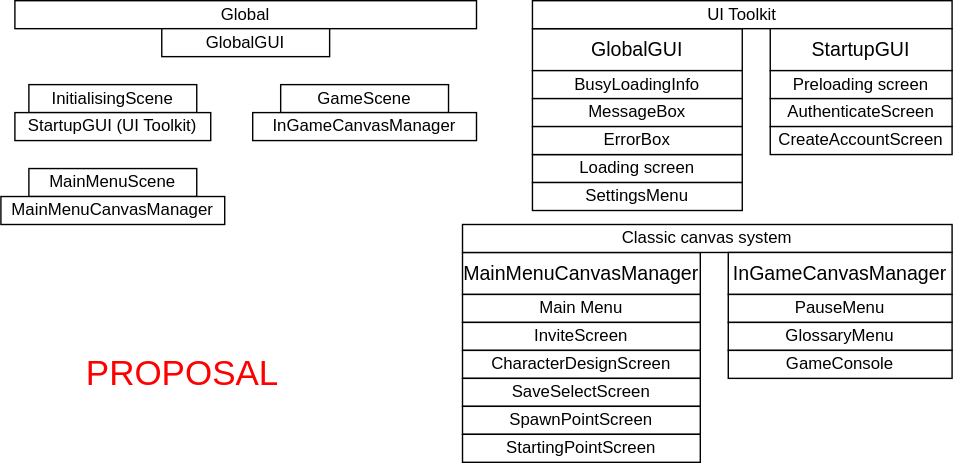
Before: documentation/res/UISetup.drawio.svg, a diagram exported from draw.io (OpenHellion/openhellion.github.io). Source tidied: cells renumbered, new cells last; positions are measured from the earlier drawing's top-left corner, leaving out a move shared by most shapes. The source it was exported from:
```xml
<mxGraphModel>
  <root>
    <mxCell id="0" />
    <mxCell id="1" parent="0" />
    <mxCell id="2" value="InitialisingScene" style="rounded=0;whiteSpace=wrap;html=1;" parent="1" vertex="1">
      <mxGeometry x="20" y="60" width="120" height="20" as="geometry" />
    </mxCell>
    <mxCell id="3" value="MainMenuScene" style="rounded=0;whiteSpace=wrap;html=1;" parent="1" vertex="1">
      <mxGeometry x="20" y="120" width="120" height="20" as="geometry" />
    </mxCell>
    <mxCell id="4" value="GameScene" style="rounded=0;whiteSpace=wrap;html=1;" parent="1" vertex="1">
      <mxGeometry x="200" y="60" width="120" height="20" as="geometry" />
    </mxCell>
    <mxCell id="5" value="Global" style="rounded=0;whiteSpace=wrap;html=1;" parent="1" vertex="1">
      <mxGeometry x="10" width="330" height="20" as="geometry" />
    </mxCell>
    <mxCell id="6" value="GlobalGUI" style="rounded=0;whiteSpace=wrap;html=1;" parent="1" vertex="1">
      <mxGeometry x="115" y="20" width="120" height="20" as="geometry" />
    </mxCell>
    <mxCell id="7" value="StartupGUI (UI Toolkit)" style="rounded=0;whiteSpace=wrap;html=1;" parent="1" vertex="1">
      <mxGeometry x="10" y="80" width="140" height="20" as="geometry" />
    </mxCell>
    <mxCell id="8" value="MainMenuCanvasManager" style="rounded=0;whiteSpace=wrap;html=1;" parent="1" vertex="1">
      <mxGeometry y="140" width="160" height="20" as="geometry" />
    </mxCell>
    <mxCell id="9" value="InGameCanvasManager" style="rounded=0;whiteSpace=wrap;html=1;" parent="1" vertex="1">
      <mxGeometry x="180" y="80" width="160" height="20" as="geometry" />
    </mxCell>
    <mxCell id="10" value="&lt;font style=&quot;font-size: 14px;&quot;&gt;GlobalGUI&lt;/font&gt;" style="rounded=0;whiteSpace=wrap;html=1;" parent="1" vertex="1">
      <mxGeometry x="380" y="20" width="150" height="30" as="geometry" />
    </mxCell>
    <mxCell id="11" value="BusyLoadingInfo" style="rounded=0;whiteSpace=wrap;html=1;" parent="1" vertex="1">
      <mxGeometry x="380" y="50" width="150" height="20" as="geometry" />
    </mxCell>
    <mxCell id="12" value="MessageBox" style="rounded=0;whiteSpace=wrap;html=1;" parent="1" vertex="1">
      <mxGeometry x="380" y="70" width="150" height="20" as="geometry" />
    </mxCell>
    <mxCell id="13" value="UI Toolkit" style="rounded=0;whiteSpace=wrap;html=1;" parent="1" vertex="1">
      <mxGeometry x="380" width="300" height="20" as="geometry" />
    </mxCell>
    <mxCell id="14" value="&lt;font style=&quot;font-size: 14px;&quot;&gt;StartupGUI&lt;/font&gt;" style="rounded=0;whiteSpace=wrap;html=1;" parent="1" vertex="1">
      <mxGeometry x="550" y="20" width="130" height="30" as="geometry" />
    </mxCell>
    <mxCell id="15" value="&lt;font style=&quot;font-size: 14px;&quot;&gt;MainMenuCanvasManager&lt;/font&gt;" style="rounded=0;whiteSpace=wrap;html=1;" parent="1" vertex="1">
      <mxGeometry x="330" y="180" width="170" height="30" as="geometry" />
    </mxCell>
    <mxCell id="16" value="Main Menu" style="rounded=0;whiteSpace=wrap;html=1;" parent="1" vertex="1">
      <mxGeometry x="330" y="210" width="170" height="20" as="geometry" />
    </mxCell>
    <mxCell id="17" value="Classic canvas system" style="rounded=0;whiteSpace=wrap;html=1;" parent="1" vertex="1">
      <mxGeometry x="330" y="160" width="350" height="20" as="geometry" />
    </mxCell>
    <mxCell id="18" value="&lt;font style=&quot;font-size: 14px;&quot;&gt;InGameCanvasManager&lt;/font&gt;" style="rounded=0;whiteSpace=wrap;html=1;" parent="1" vertex="1">
      <mxGeometry x="520" y="180" width="160" height="30" as="geometry" />
    </mxCell>
    <mxCell id="19" value="PauseMenu" style="rounded=0;whiteSpace=wrap;html=1;" parent="1" vertex="1">
      <mxGeometry x="520" y="210" width="160" height="20" as="geometry" />
    </mxCell>
    <mxCell id="20" value="GlossaryMenu" style="rounded=0;whiteSpace=wrap;html=1;" parent="1" vertex="1">
      <mxGeometry x="520" y="230" width="160" height="20" as="geometry" />
    </mxCell>
    <mxCell id="21" value="Loading screen" style="rounded=0;whiteSpace=wrap;html=1;" parent="1" vertex="1">
      <mxGeometry x="380" y="110" width="150" height="20" as="geometry" />
    </mxCell>
    <mxCell id="22" value="Preloading screen" style="rounded=0;whiteSpace=wrap;html=1;" parent="1" vertex="1">
      <mxGeometry x="550" y="50" width="130" height="20" as="geometry" />
    </mxCell>
    <mxCell id="23" value="InviteScreen" style="rounded=0;whiteSpace=wrap;html=1;" parent="1" vertex="1">
      <mxGeometry x="330" y="230" width="170" height="20" as="geometry" />
    </mxCell>
    <mxCell id="24" value="CharacterDesignScreen" style="rounded=0;whiteSpace=wrap;html=1;" parent="1" vertex="1">
      <mxGeometry x="330" y="250" width="170" height="20" as="geometry" />
    </mxCell>
    <mxCell id="25" value="SaveSelectScreen" style="rounded=0;whiteSpace=wrap;html=1;" parent="1" vertex="1">
      <mxGeometry x="330" y="270" width="170" height="20" as="geometry" />
    </mxCell>
    <mxCell id="26" value="SpawnPointScreen" style="rounded=0;whiteSpace=wrap;html=1;" parent="1" vertex="1">
      <mxGeometry x="330" y="290" width="170" height="20" as="geometry" />
    </mxCell>
    <mxCell id="27" value="StartingPointScreen" style="rounded=0;whiteSpace=wrap;html=1;" parent="1" vertex="1">
      <mxGeometry x="330" y="310" width="170" height="20" as="geometry" />
    </mxCell>
    <mxCell id="28" value="&lt;font style=&quot;font-size: 25px;&quot; color=&quot;#ff0000&quot;&gt;PROPOSAL&lt;/font&gt;" style="text;html=1;strokeColor=none;fillColor=none;align=center;verticalAlign=middle;whiteSpace=wrap;rounded=0;" parent="1" vertex="1">
      <mxGeometry x="60" y="250" width="140" height="30" as="geometry" />
    </mxCell>
    <mxCell id="29" value="SettingsMenu" style="rounded=0;whiteSpace=wrap;html=1;" parent="1" vertex="1">
      <mxGeometry x="380" y="130" width="150" height="20" as="geometry" />
    </mxCell>
    <mxCell id="30" value="AuthenticateScreen" style="rounded=0;whiteSpace=wrap;html=1;" parent="1" vertex="1">
      <mxGeometry x="550" y="70" width="130" height="20" as="geometry" />
    </mxCell>
    <mxCell id="31" value="ErrorBox" style="rounded=0;whiteSpace=wrap;html=1;" parent="1" vertex="1">
      <mxGeometry x="380" y="90" width="150" height="20" as="geometry" />
    </mxCell>
    <mxCell id="32" value="CreateAccountScreen" style="rounded=0;whiteSpace=wrap;html=1;" parent="1" vertex="1">
      <mxGeometry x="550" y="90" width="130" height="20" as="geometry" />
    </mxCell>
    <mxCell id="33" value="GameConsole" style="rounded=0;whiteSpace=wrap;html=1;" parent="1" vertex="1">
      <mxGeometry x="520" y="250" width="160" height="20" as="geometry" />
    </mxCell>
  </root>
</mxGraphModel>
```
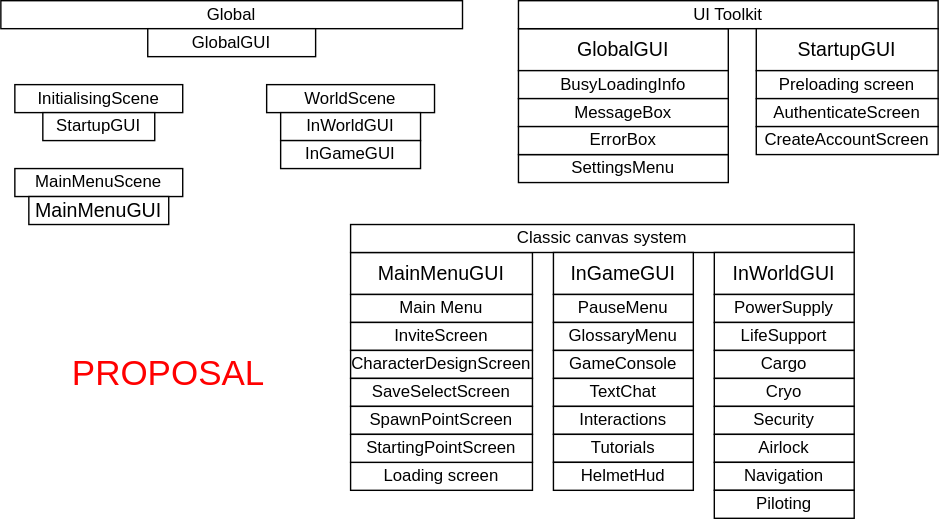
Above is the later version.

The edit, as a diff of the source:
```diff
@@ -8,7 +8,7 @@
     <mxCell id="3" value="MainMenuScene" style="rounded=0;whiteSpace=wrap;html=1;" parent="1" vertex="1">
       <mxGeometry x="20" y="120" width="120" height="20" as="geometry" />
     </mxCell>
-    <mxCell id="4" value="GameScene" style="rounded=0;whiteSpace=wrap;html=1;" parent="1" vertex="1">
+    <mxCell id="4" value="WorldScene" style="rounded=0;whiteSpace=wrap;html=1;" parent="1" vertex="1">
       <mxGeometry x="200" y="60" width="120" height="20" as="geometry" />
     </mxCell>
     <mxCell id="5" value="Global" style="rounded=0;whiteSpace=wrap;html=1;" parent="1" vertex="1">
@@ -17,15 +17,12 @@
     <mxCell id="6" value="GlobalGUI" style="rounded=0;whiteSpace=wrap;html=1;" parent="1" vertex="1">
       <mxGeometry x="115" y="20" width="120" height="20" as="geometry" />
     </mxCell>
-    <mxCell id="7" value="StartupGUI (UI Toolkit)" style="rounded=0;whiteSpace=wrap;html=1;" parent="1" vertex="1">
-      <mxGeometry x="10" y="80" width="140" height="20" as="geometry" />
+    <mxCell id="7" value="StartupGUI" style="rounded=0;whiteSpace=wrap;html=1;" parent="1" vertex="1">
+      <mxGeometry x="40" y="80" width="80" height="20" as="geometry" />
     </mxCell>
-    <mxCell id="8" value="MainMenuCanvasManager" style="rounded=0;whiteSpace=wrap;html=1;" parent="1" vertex="1">
-      <mxGeometry y="140" width="160" height="20" as="geometry" />
+    <mxCell id="8" value="&lt;span style=&quot;font-size: 14px;&quot;&gt;MainMenuGUI&lt;/span&gt;" style="rounded=0;whiteSpace=wrap;html=1;" parent="1" vertex="1">
+      <mxGeometry x="30" y="140" width="100" height="20" as="geometry" />
     </mxCell>
-    <mxCell id="9" value="InGameCanvasManager" style="rounded=0;whiteSpace=wrap;html=1;" parent="1" vertex="1">
-      <mxGeometry x="180" y="80" width="160" height="20" as="geometry" />
-    </mxCell>
     <mxCell id="10" value="&lt;font style=&quot;font-size: 14px;&quot;&gt;GlobalGUI&lt;/font&gt;" style="rounded=0;whiteSpace=wrap;html=1;" parent="1" vertex="1">
       <mxGeometry x="380" y="20" width="150" height="30" as="geometry" />
     </mxCell>
@@ -41,50 +38,50 @@
     <mxCell id="14" value="&lt;font style=&quot;font-size: 14px;&quot;&gt;StartupGUI&lt;/font&gt;" style="rounded=0;whiteSpace=wrap;html=1;" parent="1" vertex="1">
       <mxGeometry x="550" y="20" width="130" height="30" as="geometry" />
     </mxCell>
-    <mxCell id="15" value="&lt;font style=&quot;font-size: 14px;&quot;&gt;MainMenuCanvasManager&lt;/font&gt;" style="rounded=0;whiteSpace=wrap;html=1;" parent="1" vertex="1">
-      <mxGeometry x="330" y="180" width="170" height="30" as="geometry" />
+    <mxCell id="15" value="&lt;font style=&quot;font-size: 14px;&quot;&gt;MainMenuGUI&lt;/font&gt;" style="rounded=0;whiteSpace=wrap;html=1;" parent="1" vertex="1">
+      <mxGeometry x="260" y="180" width="130" height="30" as="geometry" />
     </mxCell>
     <mxCell id="16" value="Main Menu" style="rounded=0;whiteSpace=wrap;html=1;" parent="1" vertex="1">
-      <mxGeometry x="330" y="210" width="170" height="20" as="geometry" />
+      <mxGeometry x="260" y="210" width="130" height="20" as="geometry" />
     </mxCell>
     <mxCell id="17" value="Classic canvas system" style="rounded=0;whiteSpace=wrap;html=1;" parent="1" vertex="1">
-      <mxGeometry x="330" y="160" width="350" height="20" as="geometry" />
+      <mxGeometry x="260" y="160" width="360" height="20" as="geometry" />
     </mxCell>
-    <mxCell id="18" value="&lt;font style=&quot;font-size: 14px;&quot;&gt;InGameCanvasManager&lt;/font&gt;" style="rounded=0;whiteSpace=wrap;html=1;" parent="1" vertex="1">
-      <mxGeometry x="520" y="180" width="160" height="30" as="geometry" />
+    <mxCell id="18" value="&lt;span style=&quot;font-size: 14px;&quot;&gt;InGameGUI&lt;br&gt;&lt;/span&gt;" style="rounded=0;whiteSpace=wrap;html=1;" parent="1" vertex="1">
+      <mxGeometry x="405" y="180" width="100" height="30" as="geometry" />
     </mxCell>
     <mxCell id="19" value="PauseMenu" style="rounded=0;whiteSpace=wrap;html=1;" parent="1" vertex="1">
-      <mxGeometry x="520" y="210" width="160" height="20" as="geometry" />
+      <mxGeometry x="405" y="210" width="100" height="20" as="geometry" />
     </mxCell>
     <mxCell id="20" value="GlossaryMenu" style="rounded=0;whiteSpace=wrap;html=1;" parent="1" vertex="1">
-      <mxGeometry x="520" y="230" width="160" height="20" as="geometry" />
+      <mxGeometry x="405" y="230" width="100" height="20" as="geometry" />
     </mxCell>
     <mxCell id="21" value="Loading screen" style="rounded=0;whiteSpace=wrap;html=1;" parent="1" vertex="1">
-      <mxGeometry x="380" y="110" width="150" height="20" as="geometry" />
+      <mxGeometry x="260" y="330" width="130" height="20" as="geometry" />
     </mxCell>
     <mxCell id="22" value="Preloading screen" style="rounded=0;whiteSpace=wrap;html=1;" parent="1" vertex="1">
       <mxGeometry x="550" y="50" width="130" height="20" as="geometry" />
     </mxCell>
     <mxCell id="23" value="InviteScreen" style="rounded=0;whiteSpace=wrap;html=1;" parent="1" vertex="1">
-      <mxGeometry x="330" y="230" width="170" height="20" as="geometry" />
+      <mxGeometry x="260" y="230" width="130" height="20" as="geometry" />
     </mxCell>
     <mxCell id="24" value="CharacterDesignScreen" style="rounded=0;whiteSpace=wrap;html=1;" parent="1" vertex="1">
-      <mxGeometry x="330" y="250" width="170" height="20" as="geometry" />
+      <mxGeometry x="260" y="250" width="130" height="20" as="geometry" />
     </mxCell>
     <mxCell id="25" value="SaveSelectScreen" style="rounded=0;whiteSpace=wrap;html=1;" parent="1" vertex="1">
-      <mxGeometry x="330" y="270" width="170" height="20" as="geometry" />
+      <mxGeometry x="260" y="270" width="130" height="20" as="geometry" />
     </mxCell>
     <mxCell id="26" value="SpawnPointScreen" style="rounded=0;whiteSpace=wrap;html=1;" parent="1" vertex="1">
-      <mxGeometry x="330" y="290" width="170" height="20" as="geometry" />
+      <mxGeometry x="260" y="290" width="130" height="20" as="geometry" />
     </mxCell>
     <mxCell id="27" value="StartingPointScreen" style="rounded=0;whiteSpace=wrap;html=1;" parent="1" vertex="1">
-      <mxGeometry x="330" y="310" width="170" height="20" as="geometry" />
+      <mxGeometry x="260" y="310" width="130" height="20" as="geometry" />
     </mxCell>
     <mxCell id="28" value="&lt;font style=&quot;font-size: 25px;&quot; color=&quot;#ff0000&quot;&gt;PROPOSAL&lt;/font&gt;" style="text;html=1;strokeColor=none;fillColor=none;align=center;verticalAlign=middle;whiteSpace=wrap;rounded=0;" parent="1" vertex="1">
       <mxGeometry x="60" y="250" width="140" height="30" as="geometry" />
     </mxCell>
     <mxCell id="29" value="SettingsMenu" style="rounded=0;whiteSpace=wrap;html=1;" parent="1" vertex="1">
-      <mxGeometry x="380" y="130" width="150" height="20" as="geometry" />
+      <mxGeometry x="380" y="110" width="150" height="20" as="geometry" />
     </mxCell>
     <mxCell id="30" value="AuthenticateScreen" style="rounded=0;whiteSpace=wrap;html=1;" parent="1" vertex="1">
       <mxGeometry x="550" y="70" width="130" height="20" as="geometry" />
@@ -96,7 +93,52 @@
       <mxGeometry x="550" y="90" width="130" height="20" as="geometry" />
     </mxCell>
     <mxCell id="33" value="GameConsole" style="rounded=0;whiteSpace=wrap;html=1;" parent="1" vertex="1">
-      <mxGeometry x="520" y="250" width="160" height="20" as="geometry" />
+      <mxGeometry x="405" y="250" width="100" height="20" as="geometry" />
     </mxCell>
+    <mxCell id="34" value="InWorldGUI" style="rounded=0;whiteSpace=wrap;html=1;" parent="1" vertex="1">
+      <mxGeometry x="210" y="80" width="100" height="20" as="geometry" />
+    </mxCell>
+    <mxCell id="35" value="InGameGUI" style="rounded=0;whiteSpace=wrap;html=1;" parent="1" vertex="1">
+      <mxGeometry x="210" y="100" width="100" height="20" as="geometry" />
+    </mxCell>
+    <mxCell id="36" value="&lt;span style=&quot;font-size: 14px;&quot;&gt;InWorldGUI&lt;br&gt;&lt;/span&gt;" style="rounded=0;whiteSpace=wrap;html=1;" parent="1" vertex="1">
+      <mxGeometry x="520" y="180" width="100" height="30" as="geometry" />
+    </mxCell>
+    <mxCell id="37" value="PowerSupply" style="rounded=0;whiteSpace=wrap;html=1;" parent="1" vertex="1">
+      <mxGeometry x="520" y="210" width="100" height="20" as="geometry" />
+    </mxCell>
+    <mxCell id="38" value="LifeSupport" style="rounded=0;whiteSpace=wrap;html=1;" parent="1" vertex="1">
+      <mxGeometry x="520" y="230" width="100" height="20" as="geometry" />
+    </mxCell>
+    <mxCell id="39" value="Cargo" style="rounded=0;whiteSpace=wrap;html=1;" parent="1" vertex="1">
+      <mxGeometry x="520" y="250" width="100" height="20" as="geometry" />
+    </mxCell>
+    <mxCell id="40" value="Cryo" style="rounded=0;whiteSpace=wrap;html=1;" parent="1" vertex="1">
+      <mxGeometry x="520" y="270" width="100" height="20" as="geometry" />
+    </mxCell>
+    <mxCell id="41" value="Security" style="rounded=0;whiteSpace=wrap;html=1;" parent="1" vertex="1">
+      <mxGeometry x="520" y="290" width="100" height="20" as="geometry" />
+    </mxCell>
+    <mxCell id="42" value="Airlock" style="rounded=0;whiteSpace=wrap;html=1;" parent="1" vertex="1">
+      <mxGeometry x="520" y="310" width="100" height="20" as="geometry" />
+    </mxCell>
+    <mxCell id="43" value="Navigation" style="rounded=0;whiteSpace=wrap;html=1;" parent="1" vertex="1">
+      <mxGeometry x="520" y="330" width="100" height="20" as="geometry" />
+    </mxCell>
+    <mxCell id="44" value="Piloting" style="rounded=0;whiteSpace=wrap;html=1;" parent="1" vertex="1">
+      <mxGeometry x="520" y="350" width="100" height="20" as="geometry" />
+    </mxCell>
+    <mxCell id="45" value="TextChat" style="rounded=0;whiteSpace=wrap;html=1;" parent="1" vertex="1">
+      <mxGeometry x="405" y="270" width="100" height="20" as="geometry" />
+    </mxCell>
+    <mxCell id="46" value="Interactions" style="rounded=0;whiteSpace=wrap;html=1;" parent="1" vertex="1">
+      <mxGeometry x="405" y="290" width="100" height="20" as="geometry" />
+    </mxCell>
+    <mxCell id="47" value="Tutorials" style="rounded=0;whiteSpace=wrap;html=1;" parent="1" vertex="1">
+      <mxGeometry x="405" y="310" width="100" height="20" as="geometry" />
+    </mxCell>
+    <mxCell id="48" value="HelmetHud" style="rounded=0;whiteSpace=wrap;html=1;" parent="1" vertex="1">
+      <mxGeometry x="405" y="330" width="100" height="20" as="geometry" />
+    </mxCell>
   </root>
 </mxGraphModel>
```
